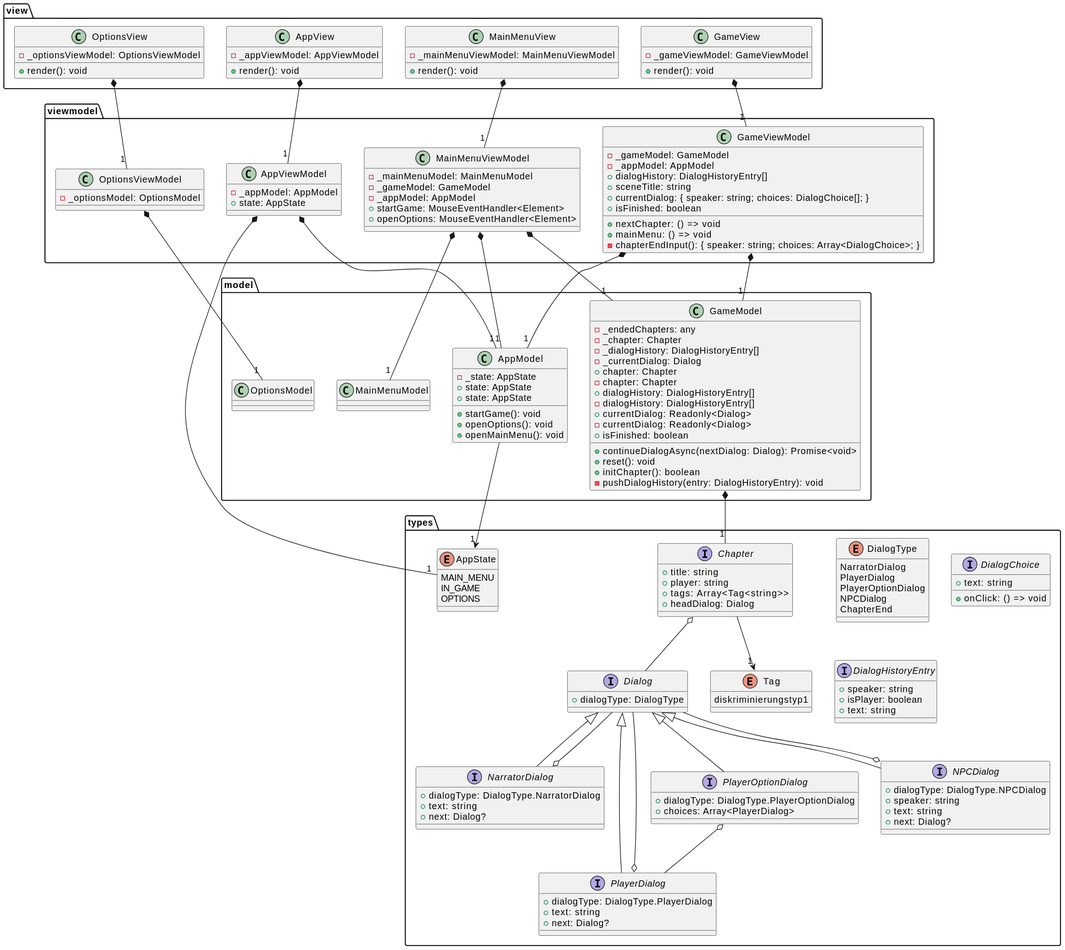
Before: uml/Class Diagram.svg, a diagram exported from PlantUML (HHN-SEB-2022-23/allybi).
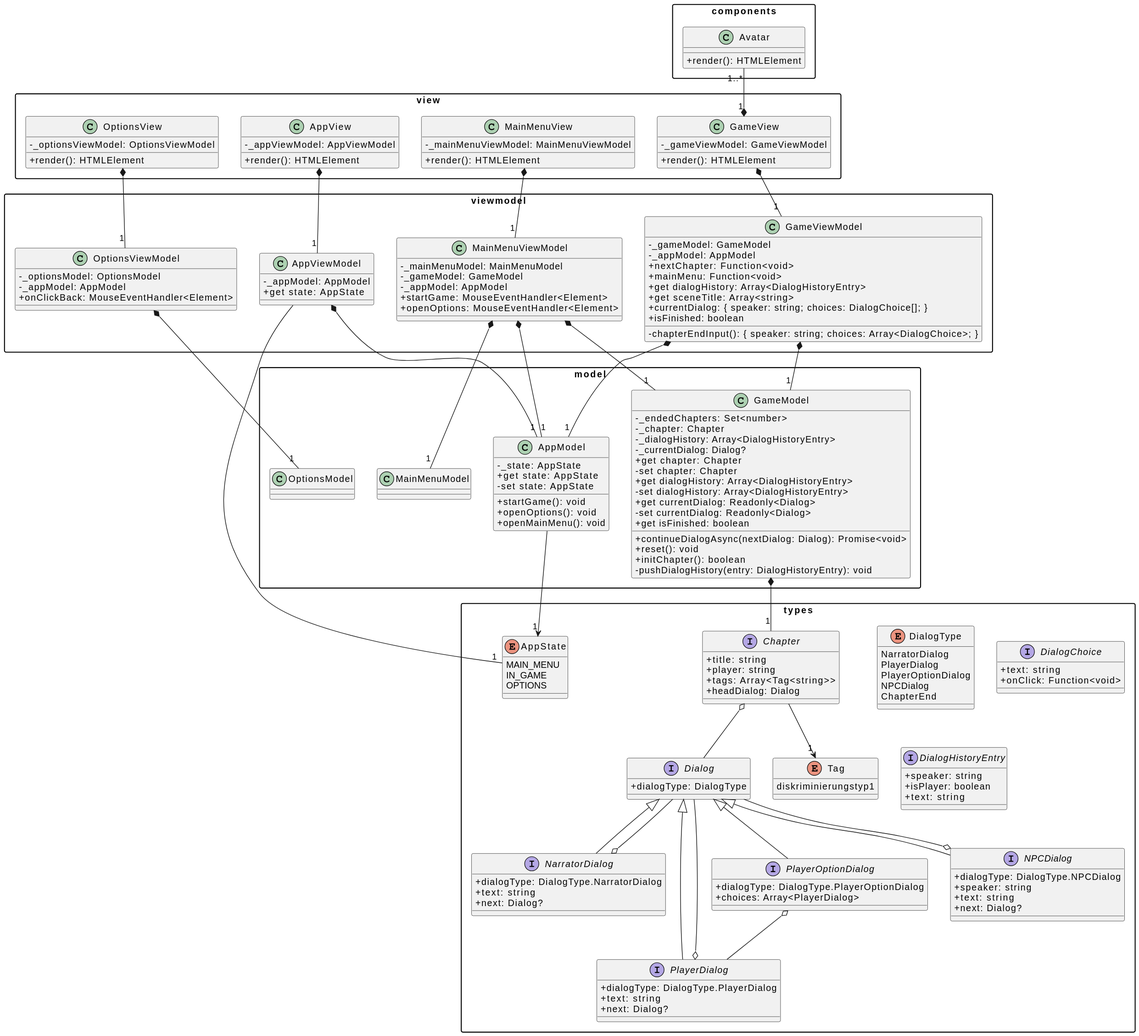
Above is the later version.

Commit message:
updated class diagram

Diff of the diagram source:
```diff
@@ -1,4 +1,7 @@
 @startuml
+skinparam classAttributeIconSize 0
+skinparam packageStyle rectangle
+
 package types {
     enum AppState {
         MAIN_MENU
@@ -61,7 +64,7 @@
 
     interface DialogChoice {
         +text: string
-        +onClick: () => void
+        +onClick: Function<void>
     }
 
     interface DialogHistoryEntry {
@@ -71,11 +74,17 @@
     }
 }
 
+package components {
+    class Avatar {
+        + render(): HTMLElement
+    }
+}
+
 package model {
     class AppModel {
-        - _state: AppState
-        +state: AppState
-        +state: AppState
+        -_state: AppState
+        +get state: AppState
+        -set state: AppState
         +startGame(): void
         +openOptions(): void
         +openMainMenu(): void
@@ -83,17 +92,17 @@
     AppModel --> "1" AppState
 
     class GameModel {
-        -_endedChapters: any
+        -_endedChapters: Set<number>
         -_chapter: Chapter
-        -_dialogHistory: DialogHistoryEntry[]
-        -_currentDialog: Dialog
-        +chapter: Chapter
-        -chapter: Chapter
-        +dialogHistory: DialogHistoryEntry[]
-        -dialogHistory: DialogHistoryEntry[]
-        +currentDialog: Readonly<Dialog>
-        -currentDialog: Readonly<Dialog>
-        +isFinished: boolean
+        -_dialogHistory: Array<DialogHistoryEntry>
+        -_currentDialog: Dialog?
+        +get chapter: Chapter
+        -set chapter: Chapter
+        +get dialogHistory: Array<DialogHistoryEntry>
+        -set dialogHistory: Array<DialogHistoryEntry>
+        +get currentDialog: Readonly<Dialog>
+        -set currentDialog: Readonly<Dialog>
+        +get isFinished: boolean
         +continueDialogAsync(nextDialog: Dialog): Promise<void>
         +reset(): void
         +initChapter(): boolean
@@ -108,18 +117,18 @@
 package viewmodel {
     class AppViewModel {
         -_appModel: AppModel
-        +state: AppState
+        +get state: AppState
     }
     AppViewModel *-- "1" AppModel
-    AppViewModel *-- "1" AppState
+    AppViewModel --- "1" AppState
 
     class GameViewModel {
         -_gameModel: GameModel
         -_appModel: AppModel
-        +nextChapter: () => void
-        +mainMenu: () => void
-        +dialogHistory: DialogHistoryEntry[]
-        +sceneTitle: string
+        +nextChapter: Function<void>
+        +mainMenu: Function<void>
+        +get dialogHistory: Array<DialogHistoryEntry>
+        +get sceneTitle: Array<string>
         -chapterEndInput(): { speaker: string; choices: Array<DialogChoice>; }
         +currentDialog: { speaker: string; choices: DialogChoice[]; }
         +isFinished: boolean
@@ -140,6 +149,8 @@
 
     class OptionsViewModel {
         -_optionsModel: OptionsModel
+        -_appModel: AppModel
+        +onClickBack: MouseEventHandler<Element>
     }
     OptionsViewModel *-- "1" OptionsModel
 }
@@ -147,25 +158,26 @@
 package view {
     class AppView {
         -_appViewModel: AppViewModel
-        +render(): void
+        +render(): HTMLElement
     }
     AppView *-- "1" AppViewModel
 
     class GameView {
         -_gameViewModel: GameViewModel
-        +render(): void
+        +render(): HTMLElement
     }
     GameView *-- "1" GameViewModel
+    Avatar "1..*" -down-* "1" GameView
 
     class MainMenuView {
         -_mainMenuViewModel: MainMenuViewModel
-        +render(): void
+        +render(): HTMLElement
     }
     MainMenuView *-- "1" MainMenuViewModel
 
     class OptionsView {
         -_optionsViewModel: OptionsViewModel
-        +render(): void
+        +render(): HTMLElement
     }
     OptionsView *-- "1" OptionsViewModel
 }
```
